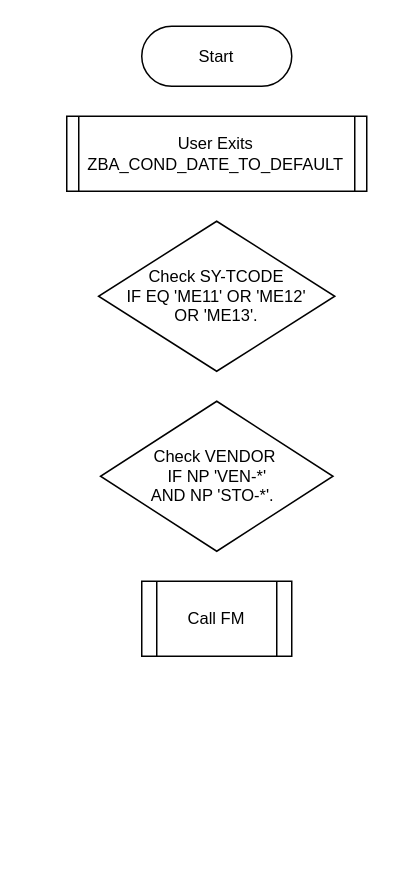
The draw.io diagram ZBA_COND_DATE_TO_DEFAULT.drawio in ivanpilariza/assignment, before the edit. Source tidied: cells renumbered, new cells numbered last; positions are measured from the earlier drawing's top-left corner, leaving out a move shared by most shapes. Both pictures are drawn from the tidied source at 150%, with x=0, y=0 at pixel (66, 26).
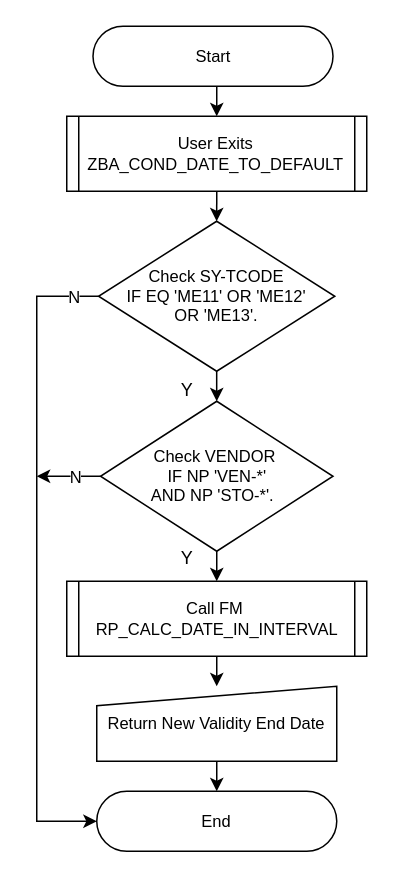
After the change.

The change refers to these unchanged cells:
```xml
<mxCell id="3" value="&lt;font style=&quot;font-size: 11px;&quot;&gt;User Exits ZBA_COND_DATE_TO_DEFAULT&lt;/font&gt;" style="shape=process;whiteSpace=wrap;html=1;backgroundOutline=1;fontSize=11;size=0.041666666666666664;" parent="1" vertex="1">
  <mxGeometry y="60" width="200" height="50" as="geometry" />
</mxCell>
<mxCell id="4" value="Check SY-TCODE &lt;br style=&quot;font-size: 11px;&quot;&gt;IF EQ 'ME11' OR 'ME12' &lt;br&gt;OR 'ME13'." style="rhombus;whiteSpace=wrap;html=1;fontSize=11;" parent="1" vertex="1">
  <mxGeometry x="21.2" y="130" width="157.5" height="100" as="geometry" />
</mxCell>
<mxCell id="5" value="Check VENDOR&amp;nbsp;&lt;br&gt;IF NP 'VEN-*' &lt;br&gt;AND NP 'STO-*'.&amp;nbsp;&amp;nbsp;" style="rhombus;whiteSpace=wrap;html=1;fontSize=11;" parent="1" vertex="1">
  <mxGeometry x="22.5" y="250" width="155" height="100" as="geometry" />
</mxCell>
```

The edit, as a diff of the source:
```diff
@@
+    <mxCell id="7" style="edgeStyle=orthogonalEdgeStyle;rounded=0;jettySize=auto;html=1;exitX=0.5;exitY=0.5;exitDx=0;exitDy=20;exitPerimeter=0;entryX=0.5;entryY=0;entryDx=0;entryDy=0;" parent="1" edge="1" source="2" target="3">
+      <mxGeometry relative="1" as="geometry" />
+    </mxCell>
     <mxCell id="2" value="Start" style="html=1;dashed=0;whiteSpace=wrap;shape=mxgraph.dfd.start;fontSize=11;" parent="1" vertex="1">
-      <mxGeometry x="50" width="100" height="40" as="geometry" />
+      <mxGeometry x="17.5" width="160" height="40" as="geometry" />
     </mxCell>
+    <mxCell id="8" style="edgeStyle=orthogonalEdgeStyle;rounded=0;jettySize=auto;html=1;exitX=0.5;exitY=1;exitDx=0;exitDy=0;entryX=0.5;entryY=0;entryDx=0;entryDy=0;" parent="1" edge="1" source="3" target="4">
+      <mxGeometry relative="1" as="geometry" />
+    </mxCell>
@@
+    <mxCell id="9" style="edgeStyle=orthogonalEdgeStyle;rounded=0;jettySize=auto;html=1;exitX=0.5;exitY=1;exitDx=0;exitDy=0;entryX=0.5;entryY=0;entryDx=0;entryDy=0;" parent="1" edge="1" source="4" target="5">
+      <mxGeometry relative="1" as="geometry" />
+    </mxCell>
@@
+    <mxCell id="10" style="edgeStyle=orthogonalEdgeStyle;rounded=0;jettySize=auto;html=1;exitX=0.5;exitY=1;exitDx=0;exitDy=0;entryX=0.5;entryY=0;entryDx=0;entryDy=0;" parent="1" edge="1" source="5" target="6">
+      <mxGeometry relative="1" as="geometry" />
+    </mxCell>
+    <mxCell id="11" style="edgeStyle=orthogonalEdgeStyle;rounded=0;jettySize=auto;html=1;exitX=0;exitY=0.5;exitDx=0;exitDy=0;" parent="1" edge="1" source="5">
+      <mxGeometry relative="1" as="geometry">
+        <mxPoint x="-20" y="300" as="targetPoint" />
+      </mxGeometry>
+    </mxCell>
+    <mxCell id="12" value="N" style="edgeLabel;html=1;align=center;verticalAlign=middle;" parent="11" vertex="1">
+      <mxGeometry x="-0.14" relative="1" as="geometry">
+        <mxPoint x="1" as="offset" />
+      </mxGeometry>
+    </mxCell>
@@
+    <mxCell id="13" style="edgeStyle=orthogonalEdgeStyle;rounded=0;jettySize=auto;html=1;exitX=0.5;exitY=1;exitDx=0;exitDy=0;entryX=0.5;entryY=0;entryDx=0;entryDy=0;" parent="1" edge="1" source="6">
+      <mxGeometry relative="1" as="geometry">
+        <mxPoint x="100" y="440" as="targetPoint" />
+      </mxGeometry>
+    </mxCell>
-    <mxCell id="6" value="&lt;font style=&quot;font-size: 11px;&quot;&gt;Call FM&lt;/font&gt;" style="shape=process;whiteSpace=wrap;html=1;backgroundOutline=1;" parent="1" vertex="1">
-      <mxGeometry x="50" y="370" width="100" height="50" as="geometry" />
+    <mxCell id="6" value="&lt;font style=&quot;font-size: 11px;&quot;&gt;Call FM&amp;nbsp;&lt;br&gt;&lt;/font&gt;RP_CALC_DATE_IN_INTERVAL&lt;span style=&quot;font-size: 11px; text-align: start;&quot;&gt;&lt;/span&gt;" style="shape=process;whiteSpace=wrap;html=1;backgroundOutline=1;size=0.038461538461538464;fontSize=11;" parent="1" vertex="1">
+      <mxGeometry y="370" width="200" height="50" as="geometry" />
     </mxCell>
+    <mxCell id="14" value="End" style="html=1;dashed=0;whiteSpace=wrap;shape=mxgraph.dfd.start;fontSize=11;" parent="1" vertex="1">
+      <mxGeometry x="20" y="510" width="160" height="40" as="geometry" />
+    </mxCell>
+    <mxCell id="15" style="edgeStyle=orthogonalEdgeStyle;rounded=0;jettySize=auto;html=1;exitX=0.5;exitY=1;exitDx=0;exitDy=0;entryX=0.5;entryY=0.5;entryDx=0;entryDy=-20;entryPerimeter=0;" parent="1" edge="1" target="14">
+      <mxGeometry relative="1" as="geometry">
+        <mxPoint x="100" y="490" as="sourcePoint" />
+      </mxGeometry>
+    </mxCell>
+    <mxCell id="16" style="edgeStyle=orthogonalEdgeStyle;rounded=0;jettySize=auto;html=1;exitX=0;exitY=0.5;exitDx=0;exitDy=0;entryX=0;entryY=0.5;entryDx=0;entryDy=0;entryPerimeter=0;" parent="1" edge="1" source="4" target="14">
+      <mxGeometry relative="1" as="geometry">
+        <Array as="points">
+          <mxPoint x="-20" y="180" />
+          <mxPoint x="-20" y="530" />
+        </Array>
+      </mxGeometry>
+    </mxCell>
+    <mxCell id="17" value="N" style="edgeLabel;html=1;align=center;verticalAlign=middle;" parent="16" vertex="1">
+      <mxGeometry x="-0.92" relative="1" as="geometry" />
+    </mxCell>
+    <mxCell id="18" value="Y" style="text;html=1;align=center;verticalAlign=middle;strokeColor=none;fillColor=none;" parent="1" vertex="1">
+      <mxGeometry x="65" y="228" width="30" height="30" as="geometry" />
+    </mxCell>
+    <mxCell id="19" value="Y" style="text;html=1;align=center;verticalAlign=middle;strokeColor=none;fillColor=none;" parent="1" vertex="1">
+      <mxGeometry x="65" y="340" width="30" height="30" as="geometry" />
+    </mxCell>
+    <mxCell id="20" value="Return New Validity End Date" style="shape=manualInput;whiteSpace=wrap;html=1;fontSize=11;size=13;" parent="1" vertex="1">
+      <mxGeometry x="20" y="440" width="160" height="50" as="geometry" />
+    </mxCell>
```
